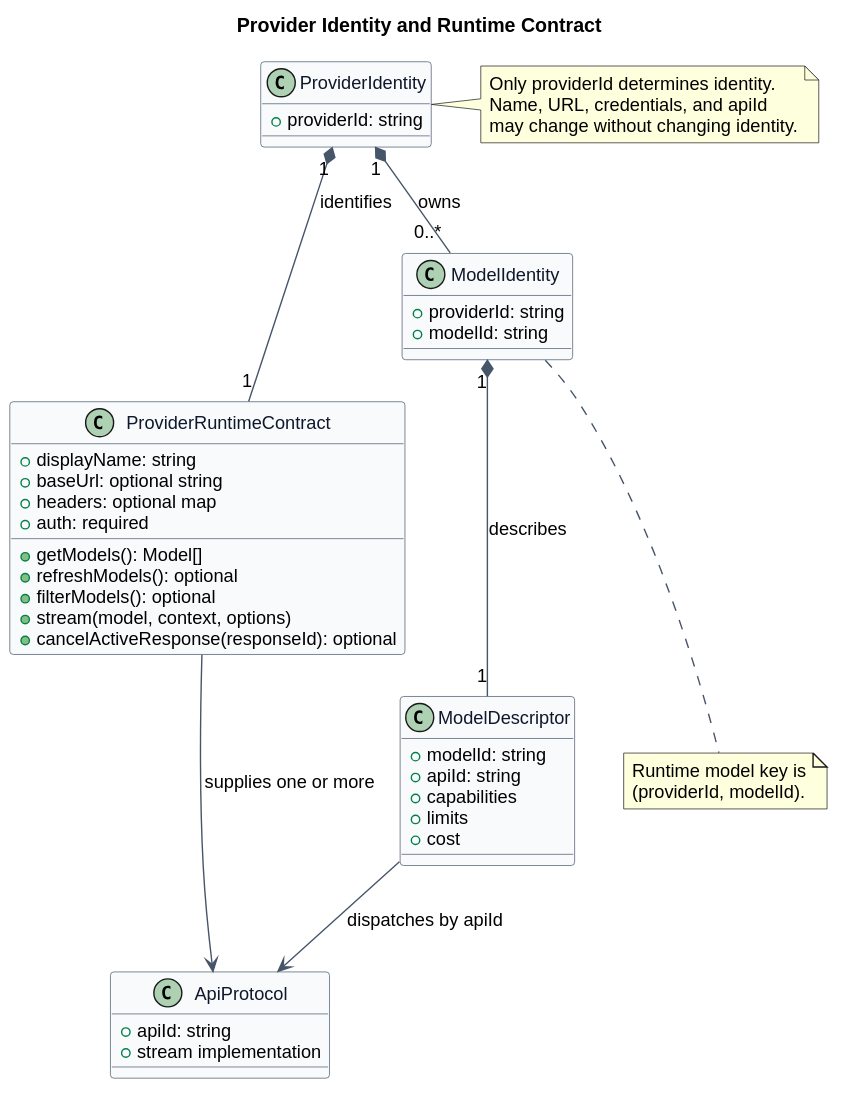
ssm0808/pi-mono-java-design keeps this PlantUML diagram as model-manager-provider-contract/provider_identity_model.svg. Above is the earlier version. Its diagram source:
```plantuml
@startuml
title Provider Identity and Runtime Contract


skinparam backgroundColor #FFFFFF
skinparam shadowing false
skinparam defaultFontName Arial
skinparam defaultFontSize 13
skinparam class {
  BackgroundColor #F8FAFC
  BorderColor #475569
  FontColor #0F172A
  ArrowColor #475569
}

class ProviderIdentity {
  +providerId: string
}

class ProviderRuntimeContract {
  +displayName: string
  +baseUrl: optional string
  +headers: optional map
  +auth: required
  +getModels(): Model[]
  +refreshModels(): optional
  +filterModels(): optional
  +stream(model, context, options)
  +cancelActiveResponse(responseId): optional
}

class ModelIdentity {
  +providerId: string
  +modelId: string
}

class ModelDescriptor {
  +modelId: string
  +apiId: string
  +capabilities
  +limits
  +cost
}

class ApiProtocol {
  +apiId: string
  +stream implementation
}

ProviderIdentity "1" *-- "1" ProviderRuntimeContract : identifies
ProviderIdentity "1" *-- "0..*" ModelIdentity : owns
ModelIdentity "1" *-- "1" ModelDescriptor : describes
ModelDescriptor --> ApiProtocol : dispatches by apiId
ProviderRuntimeContract --> ApiProtocol : supplies one or more

note right of ProviderIdentity
Only providerId determines identity.
Name, URL, credentials, and apiId
may change without changing identity.
end note

note bottom of ModelIdentity
Runtime model key is
(providerId, modelId).
end note
@enduml
```
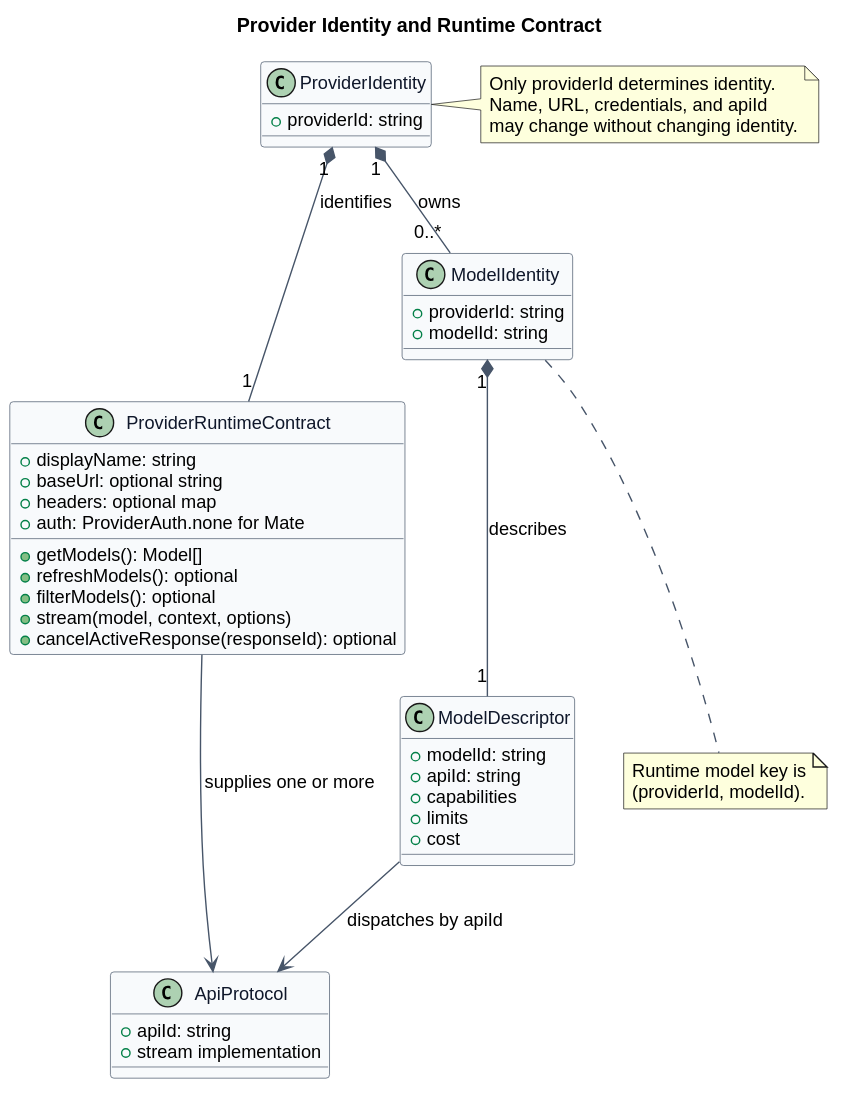
After the change.

Commit message:
docs(model-manager): align internal gateway no-auth contract

Diff of the diagram source:
```diff
@@ -21,7 +21,7 @@
   +displayName: string
   +baseUrl: optional string
   +headers: optional map
-  +auth: required
+  +auth: ProviderAuth.none for Mate
   +getModels(): Model[]
   +refreshModels(): optional
   +filterModels(): optional
```
